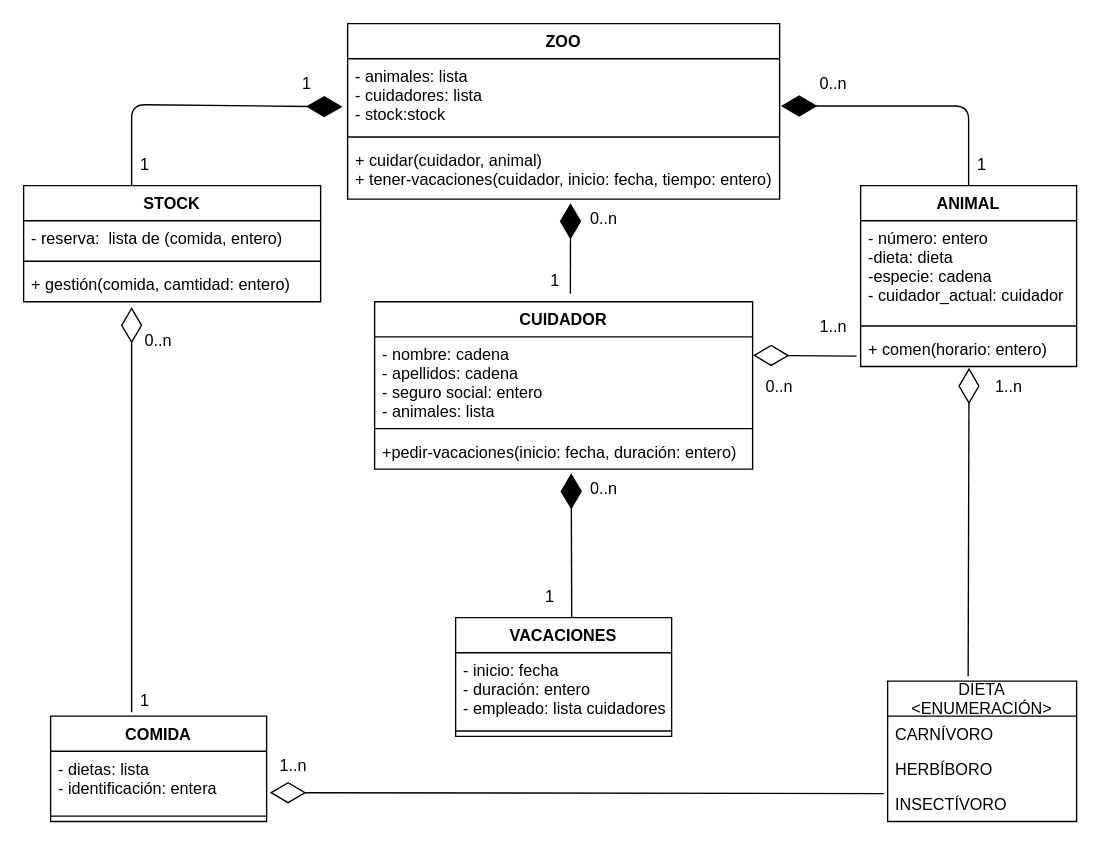
Above: EJ6/ejercicio6.drawio in Trabajo-gruupal-empresa/Mediante-UML (draw.io), before the change. Source tidied: cells renumbered, new cells numbered last; positions are measured from the earlier drawing's top-left corner, leaving out a move shared by most shapes. Both pictures are drawn from the tidied source at 135%, with x=0, y=0 at pixel (23, 23).
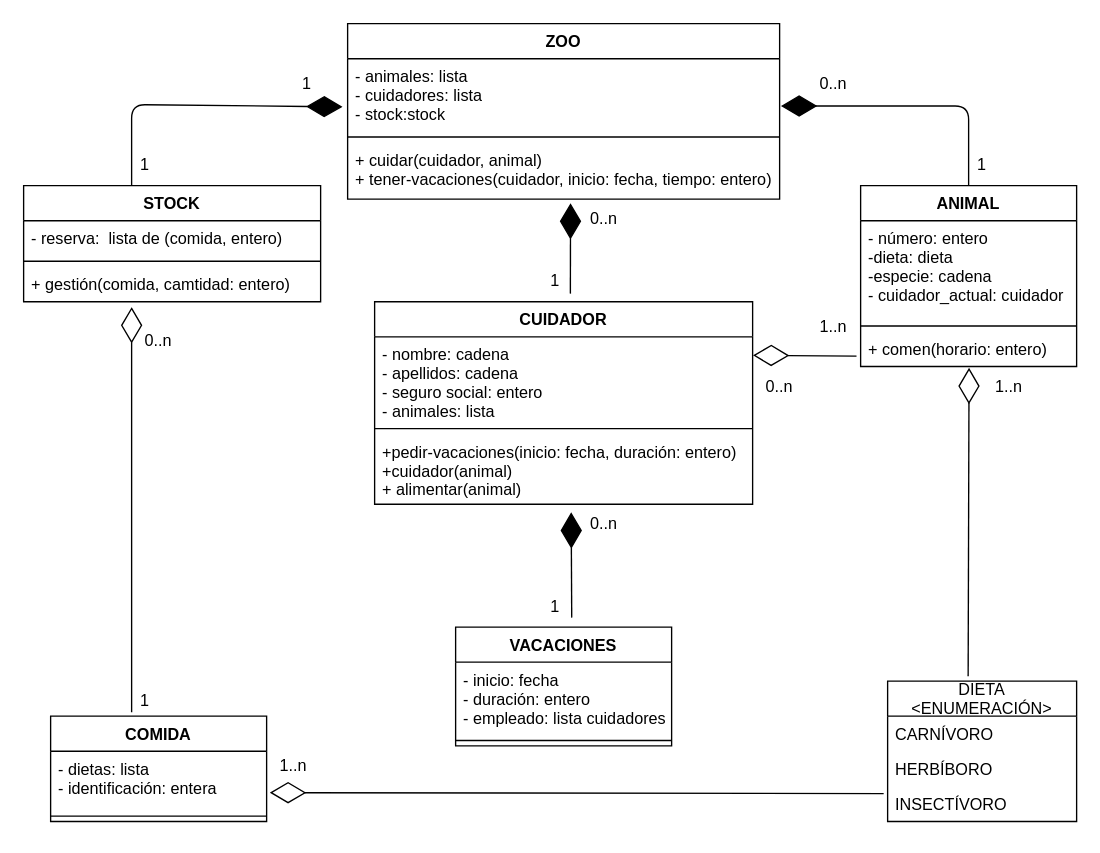
Above is the later version.

Change to the diagram source:
```diff
@@
     <mxCell id="13" value="CUIDADOR" style="swimlane;fontStyle=1;align=center;verticalAlign=top;horizontal=1;startSize=26;" parent="1" vertex="1">
-      <mxGeometry x="260" y="206" width="280" height="124" as="geometry" />
+      <mxGeometry x="260" y="206" width="280" height="150" as="geometry" />
     </mxCell>
@@
-    <mxCell id="16" value="+pedir-vacaciones(inicio: fecha, duración: entero)" style="text;strokeColor=none;fillColor=none;align=left;verticalAlign=top;spacingLeft=4;spacingRight=4;overflow=hidden;points=[[0,0.5],[1,0.5]];portConstraint=eastwest;" parent="13" vertex="1">
-      <mxGeometry y="98" width="280" height="26" as="geometry" />
+    <mxCell id="16" value="+pedir-vacaciones(inicio: fecha, duración: entero)&#10;+cuidador(animal)&#10;+ alimentar(animal)" style="text;strokeColor=none;fillColor=none;align=left;verticalAlign=top;spacingLeft=4;spacingRight=4;overflow=hidden;points=[[0,0.5],[1,0.5]];portConstraint=eastwest;" parent="13" vertex="1">
+      <mxGeometry y="98" width="280" height="52" as="geometry" />
     </mxCell>
@@
     <mxCell id="36" value="VACACIONES" style="swimlane;fontStyle=1;align=center;verticalAlign=top;horizontal=1;startSize=26;" parent="1" vertex="1">
-      <mxGeometry x="320" y="440" width="160" height="88" as="geometry" />
+      <mxGeometry x="320" y="447" width="160" height="88" as="geometry" />
     </mxCell>
@@
     <mxCell id="40" value="1" style="text;strokeColor=none;align=center;fillColor=none;html=1;verticalAlign=middle;whiteSpace=wrap;rounded=0;" parent="1" vertex="1">
-      <mxGeometry x="360" y="410" width="60" height="30" as="geometry" />
+      <mxGeometry x="364" y="417" width="60" height="30" as="geometry" />
     </mxCell>
     <mxCell id="41" value="0..n" style="text;strokeColor=none;align=center;fillColor=none;html=1;verticalAlign=middle;whiteSpace=wrap;rounded=0;" parent="1" vertex="1">
-      <mxGeometry x="400" y="330" width="60" height="30" as="geometry" />
+      <mxGeometry x="400" y="356" width="60" height="30" as="geometry" />
     </mxCell>
```
